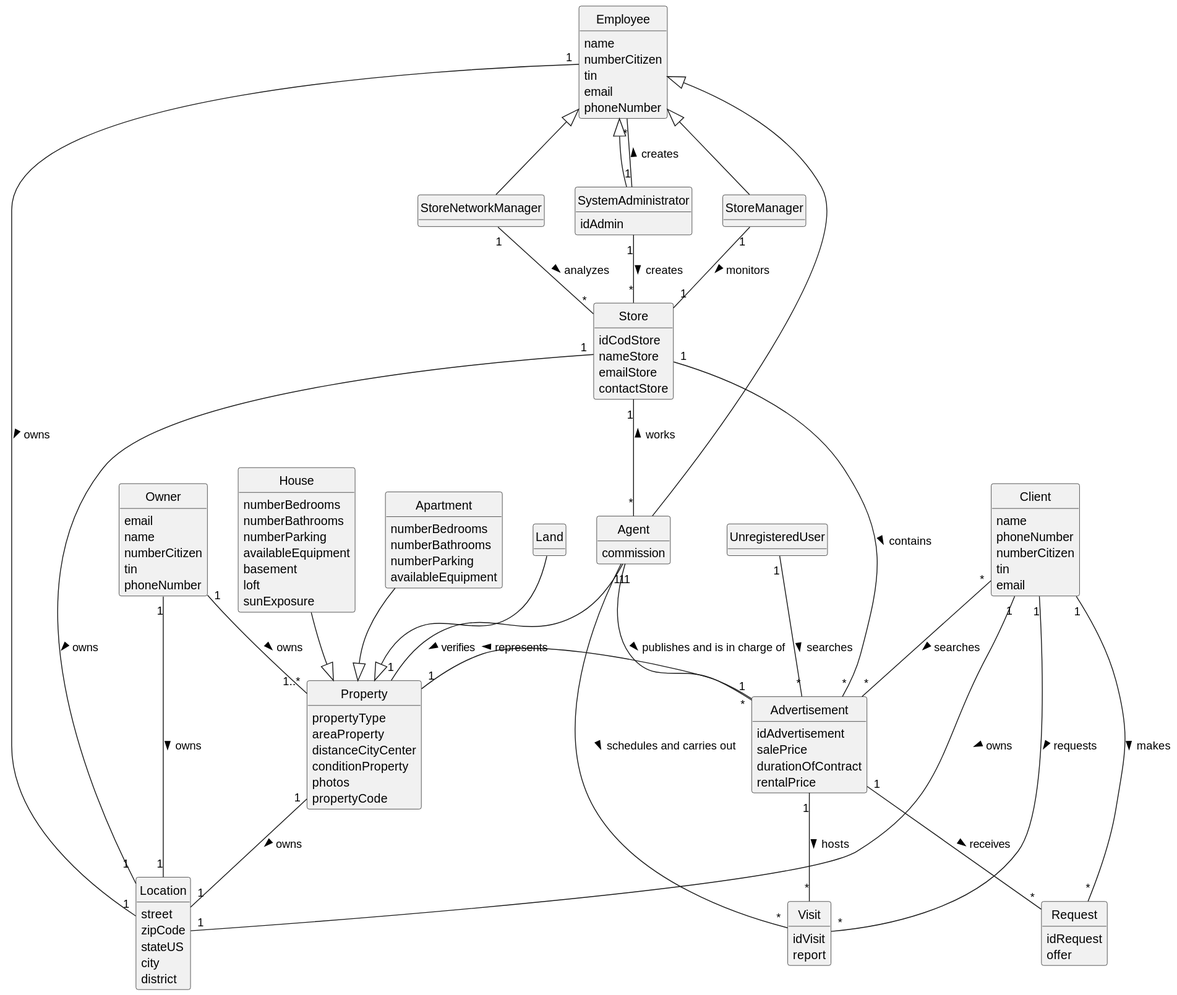
Above: docs/sprintA/global-artifacts/02.analysis/svg/project-domain-model.svg in PEDROMOREIRA45/lei-23-s2-1dg-g31 (PlantUML), before the change.
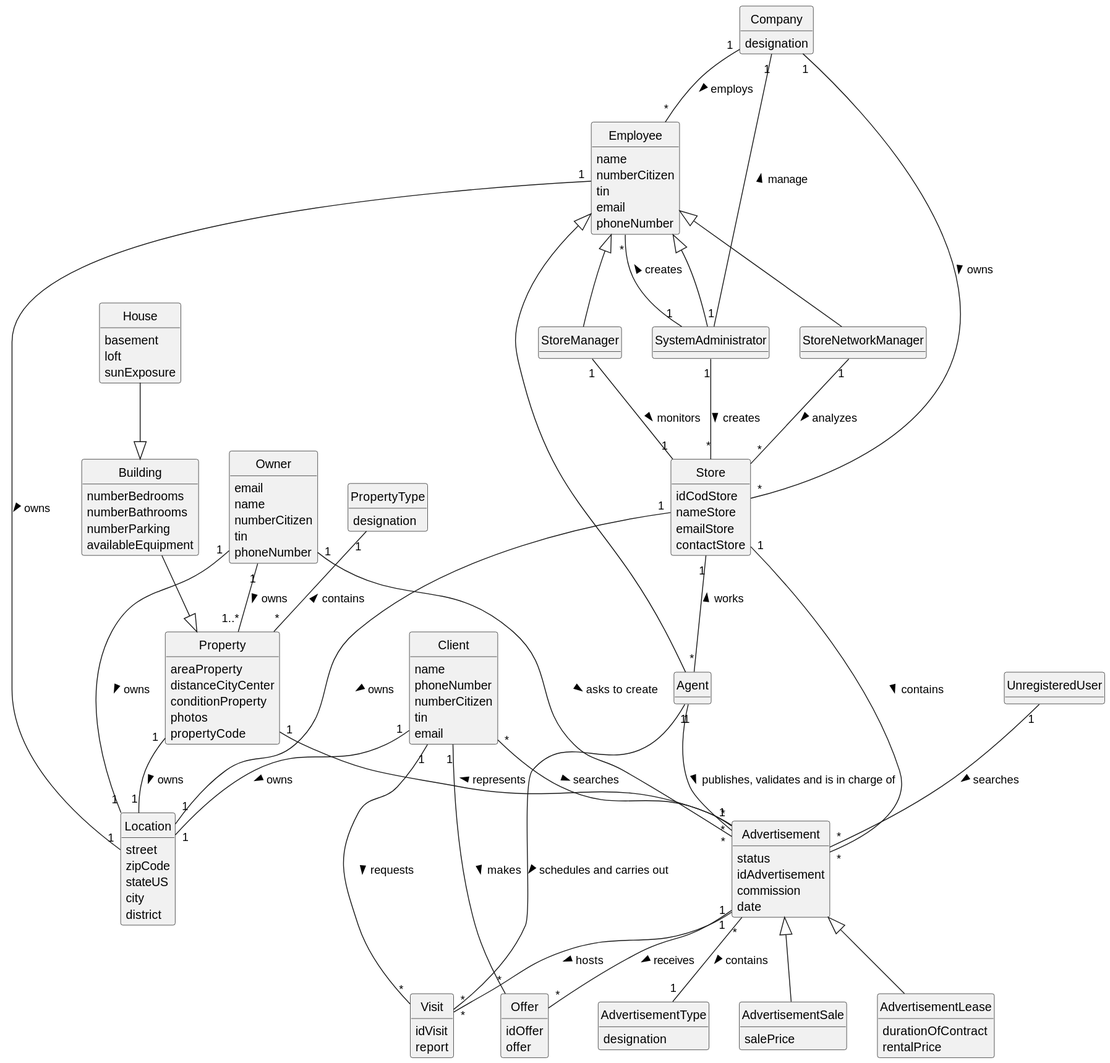
Above is the later version.

Diff of the diagram source:
```diff
@@ -30,19 +30,34 @@
     phoneNumber
 }
 
-class Agent {
+class Agent
+
+class Advertisement {
+    status
+    idAdvertisement
     commission
+    date
 }
 
-class Advertisement {
-    idAdvertisement
+class AdvertisementSale {
     salePrice
+}
+
+class AdvertisementLease {
     durationOfContract
     rentalPrice
+
+}
+
+class AdvertisementType {
+    designation
+}
+
+class PropertyType{
+    designation
 }
 
 class Property{
-    propertyType
     areaProperty
     distanceCityCenter
     conditionProperty
@@ -51,23 +66,18 @@
 }
 
 class House {
-    numberBedrooms
-    numberBathrooms
-    numberParking
-    availableEquipment
     basement
     loft
     sunExposure
 }
 
-class Apartment{
+class Building{
     numberBedrooms
     numberBathrooms
     numberParking
     availableEquipment
 }
 
-class Land
 
 class Store{
     idCodStore
@@ -95,22 +105,26 @@
 class StoreNetworkManager {
 }
 
-class Request{
-    idRequest
+class Offer{
+    idOffer
     offer
 }
 
 class SystemAdministrator{
-    idAdmin
 }
 
 class UnregisteredUser
 
+class Company{
+    designation
+}
+
+
 Owner "1" -- "1..*" Property: owns >
-Agent "1" -- "*" Advertisement: publishes and is in charge of >
-House --|> Property
-Apartment --|> Property
-Land --|>  Property
+Agent "1" -- "*" Advertisement: publishes, validates and is in charge of >
+House --|> Building
+
+Building --|> Property
 Store "1" -- "*" Agent: works <
 StoreManager "1" -- "1" Store:  monitors >
 Property "1" -- "1" Location: owns >
@@ -118,8 +132,8 @@
 Employee <|-- Agent
 Employee <|-- StoreManager
 Employee <|-- StoreNetworkManager
-Advertisement"1" -- "*"Request: receives >
-Client"1" -- "*"Request: makes >
+Advertisement"1" -- "*"Offer: receives >
+Client"1" -- "*"Offer: makes >
 Store"1" -- "1"Location: owns >
 Advertisement "1" -- "*" Visit: hosts >
 Client "1" -- "*" Visit: requests >
@@ -128,11 +142,18 @@
 Client "1" -- "1" Location: owns >
 Employee "1" -- "1" Location: owns >
 Owner "1" -- "1" Location: owns >
-Agent "1" -- "1" Property: verifies >
 Store "1" -- "*" Advertisement: contains >
 UnregisteredUser "1" -- "*" Advertisement: searches >
 SystemAdministrator "1" -- "*" Store: creates >
 SystemAdministrator "1" -- "*" Employee: creates >
 Client "*" -- "*" Advertisement: searches >
 Employee <|-- SystemAdministrator
+Owner "1" - "*" Advertisement: asks to create >
+PropertyType "1" -- "*" Property: contains <
+Advertisement <|-- AdvertisementSale
+Advertisement <|-- AdvertisementLease
+Advertisement "*" -- "1" AdvertisementType: contains >
+Company "1" -- "*" Store: owns >
+Company "1" -- "*" Employee: employs >
+Company "1" -- "1" SystemAdministrator:manage <
 @enduml
```
